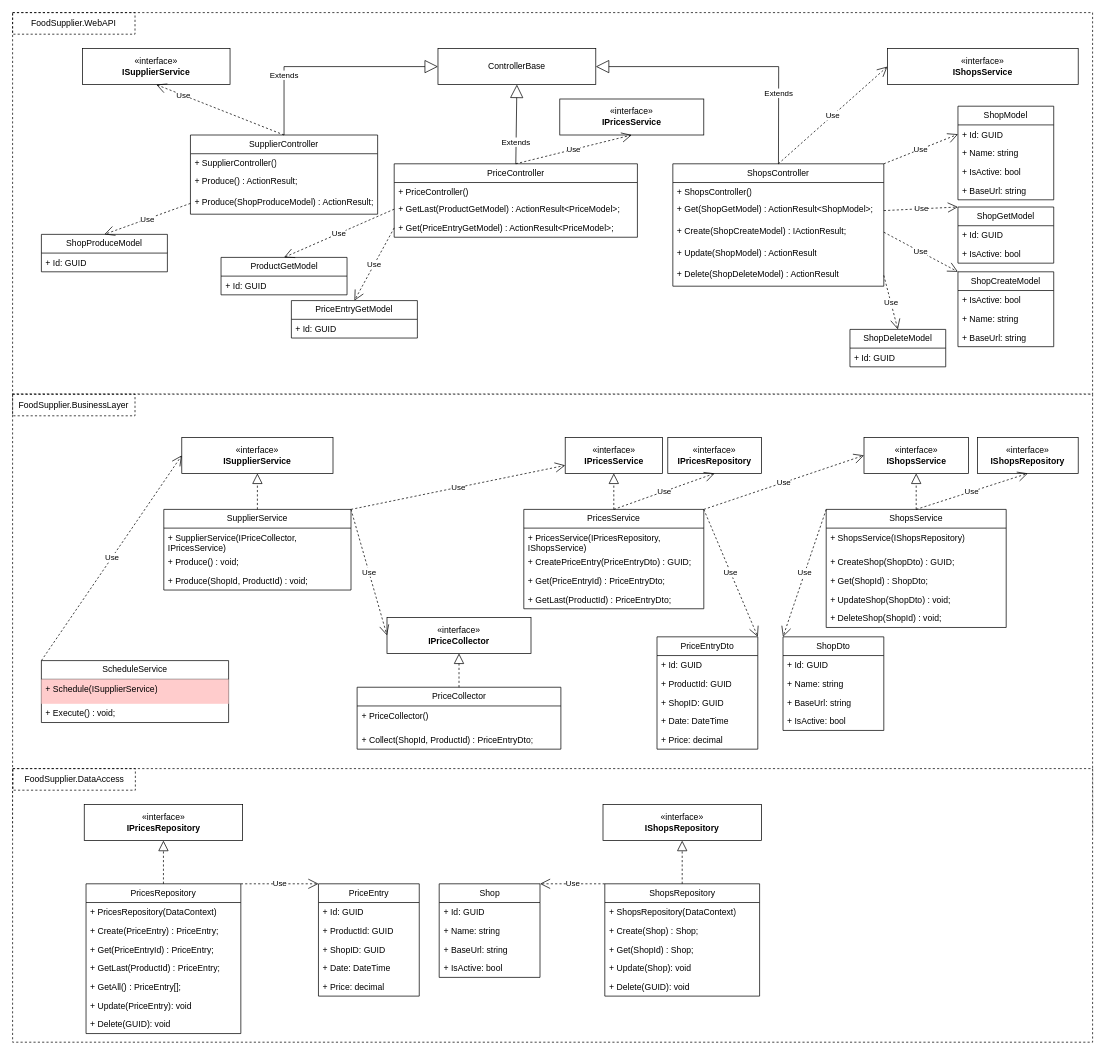
otusroom5/food-manager keeps this draw.io diagram as page "FoodSupplier" (5 of 7) of docs/diagrams/all_services_schemas.drawio. Above is the earlier version. Source tidied: cells renumbered, new cells numbered last; positions are measured from the earlier drawing's top-left corner, leaving out a move shared by most shapes. Both pictures are drawn from the tidied source at 72%, with x=0, y=0 at pixel (12, 12).
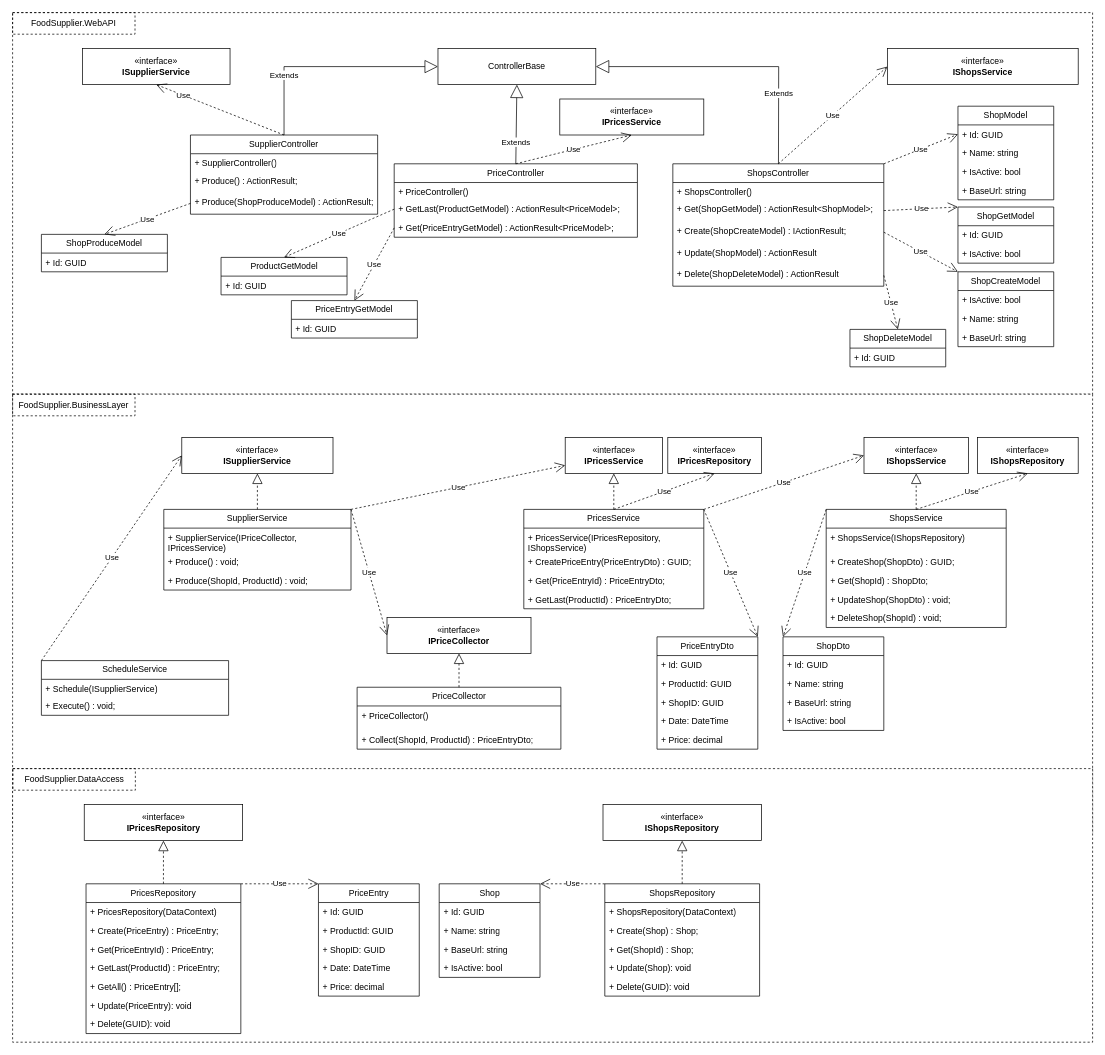
After the change.

The edit, as a diff of the source:
```diff
@@
     <mxCell id="120" value="ScheduleService" style="swimlane;fontStyle=0;horizontal=1;startSize=26;fillColor=none;whiteSpace=wrap;html=1;" parent="1" vertex="1">
-      <mxGeometry x="40" y="900" width="260" height="86" as="geometry" />
+      <mxGeometry x="40" y="900" width="260" height="76" as="geometry" />
     </mxCell>
-    <mxCell id="121" value="&lt;div style=&quot;&quot;&gt;+&amp;nbsp;&lt;span style=&quot;text-align: center;&quot;&gt;Schedule&lt;/span&gt;(&lt;span style=&quot;text-align: center;&quot;&gt;ISupplierService&lt;/span&gt;&lt;span style=&quot;background-color: initial;&quot;&gt;)&lt;/span&gt;&lt;/div&gt;" style="text;strokeColor=none;fillColor=#FFCCCC;align=left;verticalAlign=top;spacingLeft=4;spacingRight=4;overflow=hidden;whiteSpace=wrap;html=1;" parent="120" vertex="1">
-      <mxGeometry y="26" width="260" height="34" as="geometry" />
+    <mxCell id="121" value="&lt;div style=&quot;&quot;&gt;+&amp;nbsp;&lt;span style=&quot;text-align: center;&quot;&gt;Schedule&lt;/span&gt;(&lt;span style=&quot;text-align: center;&quot;&gt;ISupplierService&lt;/span&gt;&lt;span style=&quot;background-color: initial;&quot;&gt;)&lt;/span&gt;&lt;/div&gt;" style="text;align=left;verticalAlign=top;spacingLeft=4;spacingRight=4;overflow=hidden;whiteSpace=wrap;html=1;" parent="120" vertex="1">
+      <mxGeometry y="26" width="260" height="24" as="geometry" />
     </mxCell>
     <mxCell id="122" value="+ Execute() : void;" style="text;strokeColor=none;fillColor=none;align=left;verticalAlign=top;spacingLeft=4;spacingRight=4;overflow=hidden;whiteSpace=wrap;html=1;" parent="120" vertex="1">
-      <mxGeometry y="60" width="260" height="26" as="geometry" />
+      <mxGeometry y="50" width="260" height="26" as="geometry" />
     </mxCell>
```
